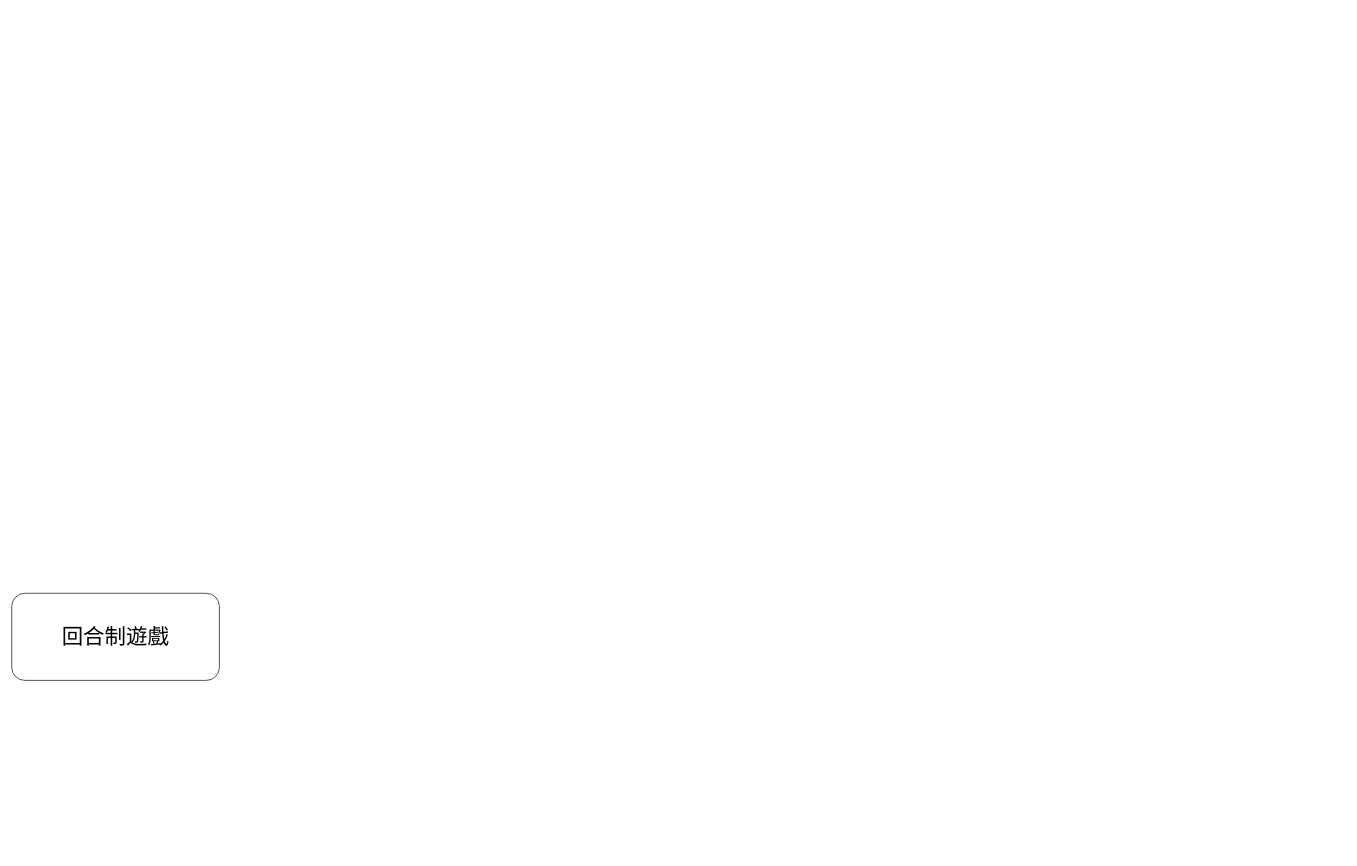
Above: turnBattle.drawio in wilsao-cyber/NYCU-Godot-RPG-Tutor (draw.io), before the change. Source tidied: cells renumbered, new cells numbered last; positions are measured from the earlier drawing's top-left corner, leaving out a move shared by most shapes. Both pictures are drawn from the tidied source at 67%, with x=0, y=0 at pixel (11, 593).
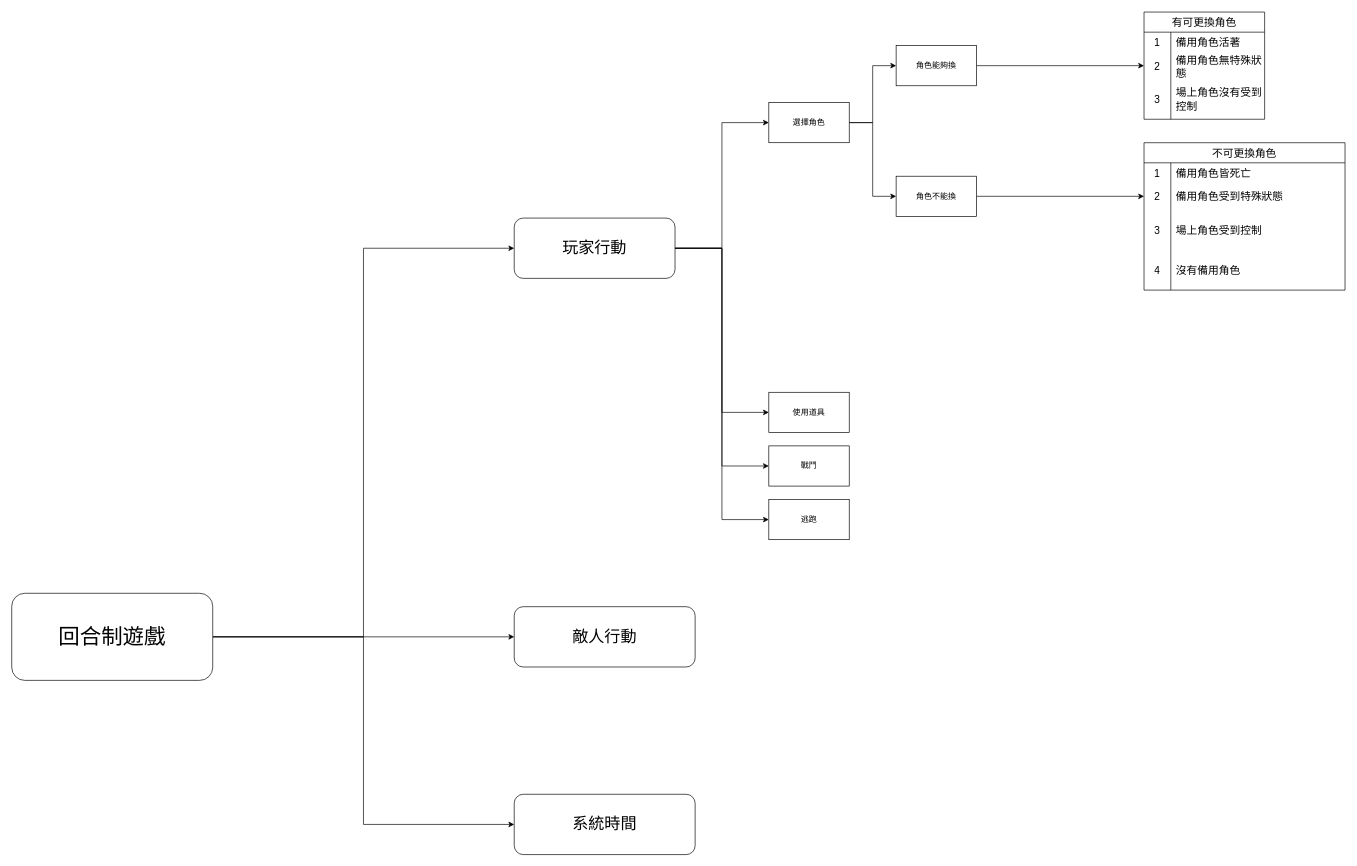
The same diagram, later.

Change to the diagram source:
```diff
@@
+    <mxCell id="3" style="edgeStyle=orthogonalEdgeStyle;rounded=0;jettySize=auto;html=1;" parent="1" edge="1" source="2" target="11">
+      <mxGeometry relative="1" as="geometry" />
+    </mxCell>
+    <mxCell id="4" style="edgeStyle=orthogonalEdgeStyle;rounded=0;jettySize=auto;html=1;entryX=0;entryY=0.5;entryDx=0;entryDy=0;" parent="1" edge="1" source="2" target="10">
+      <mxGeometry relative="1" as="geometry" />
+    </mxCell>
+    <mxCell id="5" style="edgeStyle=orthogonalEdgeStyle;rounded=0;jettySize=auto;html=1;entryX=0;entryY=0.5;entryDx=0;entryDy=0;" parent="1" edge="1" source="2" target="12">
+      <mxGeometry relative="1" as="geometry" />
+    </mxCell>
     <mxCell id="2" value="&lt;font style=&quot;font-size: 32px;&quot;&gt;回合制遊戲&lt;/font&gt;" style="rounded=1;whiteSpace=wrap;html=1;" parent="1" vertex="1">
-      <mxGeometry width="310" height="130" as="geometry" />
+      <mxGeometry width="300" height="130" as="geometry" />
     </mxCell>
+    <mxCell id="6" style="edgeStyle=orthogonalEdgeStyle;rounded=0;jettySize=auto;html=1;entryX=0;entryY=0.5;entryDx=0;entryDy=0;" parent="1" edge="1" source="10" target="15">
+      <mxGeometry relative="1" as="geometry" />
+    </mxCell>
+    <mxCell id="7" style="edgeStyle=orthogonalEdgeStyle;rounded=0;jettySize=auto;html=1;entryX=0;entryY=0.5;entryDx=0;entryDy=0;" parent="1" edge="1" source="10" target="16">
+      <mxGeometry relative="1" as="geometry" />
+    </mxCell>
+    <mxCell id="8" style="edgeStyle=orthogonalEdgeStyle;rounded=0;jettySize=auto;html=1;entryX=0;entryY=0.5;entryDx=0;entryDy=0;" parent="1" edge="1" source="10" target="17">
+      <mxGeometry relative="1" as="geometry" />
+    </mxCell>
+    <mxCell id="9" style="edgeStyle=orthogonalEdgeStyle;rounded=0;jettySize=auto;html=1;entryX=0;entryY=0.5;entryDx=0;entryDy=0;" parent="1" edge="1" source="10" target="18">
+      <mxGeometry relative="1" as="geometry" />
+    </mxCell>
+    <mxCell id="10" value="&lt;font style=&quot;font-size: 24px;&quot;&gt;玩家行動&lt;/font&gt;" style="rounded=1;whiteSpace=wrap;html=1;" parent="1" vertex="1">
+      <mxGeometry x="750" y="-560" width="240" height="90" as="geometry" />
+    </mxCell>
+    <mxCell id="11" value="&lt;font style=&quot;font-size: 24px;&quot;&gt;敵人行動&lt;/font&gt;" style="rounded=1;whiteSpace=wrap;html=1;" parent="1" vertex="1">
+      <mxGeometry x="750" y="20" width="270" height="90" as="geometry" />
+    </mxCell>
+    <mxCell id="12" value="&lt;font style=&quot;font-size: 24px;&quot;&gt;系統時間&lt;/font&gt;" style="rounded=1;whiteSpace=wrap;html=1;" parent="1" vertex="1">
+      <mxGeometry x="750" y="300" width="270" height="90" as="geometry" />
+    </mxCell>
+    <mxCell id="13" style="edgeStyle=orthogonalEdgeStyle;rounded=0;jettySize=auto;html=1;entryX=0;entryY=0.5;entryDx=0;entryDy=0;" parent="1" edge="1" source="15" target="20">
+      <mxGeometry relative="1" as="geometry" />
+    </mxCell>
+    <mxCell id="14" style="edgeStyle=orthogonalEdgeStyle;rounded=0;jettySize=auto;html=1;entryX=0;entryY=0.5;entryDx=0;entryDy=0;" parent="1" edge="1" source="15" target="22">
+      <mxGeometry relative="1" as="geometry" />
+    </mxCell>
+    <mxCell id="15" value="選擇角色" style="rounded=0;whiteSpace=wrap;html=1;" parent="1" vertex="1">
+      <mxGeometry x="1130" y="-732.5" width="120" height="60" as="geometry" />
+    </mxCell>
+    <mxCell id="16" value="使用道具" style="rounded=0;whiteSpace=wrap;html=1;" parent="1" vertex="1">
+      <mxGeometry x="1130" y="-300" width="120" height="60" as="geometry" />
+    </mxCell>
+    <mxCell id="17" value="戰鬥" style="rounded=0;whiteSpace=wrap;html=1;" parent="1" vertex="1">
+      <mxGeometry x="1130" y="-220" width="120" height="60" as="geometry" />
+    </mxCell>
+    <mxCell id="18" value="逃跑" style="rounded=0;whiteSpace=wrap;html=1;" parent="1" vertex="1">
+      <mxGeometry x="1130" y="-140" width="120" height="60" as="geometry" />
+    </mxCell>
+    <mxCell id="19" style="edgeStyle=orthogonalEdgeStyle;rounded=0;jettySize=auto;html=1;entryX=0;entryY=0.5;entryDx=0;entryDy=0;" parent="1" edge="1" source="20" target="27">
+      <mxGeometry relative="1" as="geometry" />
+    </mxCell>
+    <mxCell id="20" value="角色能夠換" style="rounded=0;whiteSpace=wrap;html=1;" parent="1" vertex="1">
+      <mxGeometry x="1320" y="-817.5" width="120" height="60" as="geometry" />
+    </mxCell>
+    <mxCell id="21" style="edgeStyle=orthogonalEdgeStyle;rounded=0;jettySize=auto;html=1;" parent="1" edge="1" source="22" target="37">
+      <mxGeometry relative="1" as="geometry" />
+    </mxCell>
+    <mxCell id="22" value="角色不能換" style="rounded=0;whiteSpace=wrap;html=1;" parent="1" vertex="1">
+      <mxGeometry x="1320" y="-622.5" width="120" height="60" as="geometry" />
+    </mxCell>
+    <mxCell id="23" value="有可更換角色" style="shape=table;startSize=30;childLayout=tableLayout;rowLines=0;fontStyle=0;strokeColor=default;fontSize=16;" parent="1" vertex="1">
+      <mxGeometry x="1690" y="-867.5" width="180" height="160" as="geometry" />
+    </mxCell>
+    <mxCell id="24" style="shape=tableRow;horizontal=0;startSize=0;swimlaneHead=0;swimlaneBody=0;top=0;left=0;bottom=0;right=0;fillColor=none;strokeColor=inherit;fontSize=16;" parent="23" vertex="1">
+      <mxGeometry y="30" width="180" height="30" as="geometry" />
+    </mxCell>
+    <mxCell id="25" value="1" style="shape=partialRectangle;html=1;whiteSpace=wrap;fillColor=none;top=0;left=0;bottom=0;right=0;overflow=hidden;strokeColor=inherit;fontSize=16;" parent="24" vertex="1">
+      <mxGeometry width="40" height="30" as="geometry" />
+    </mxCell>
+    <mxCell id="26" value="備用角色活著" style="shape=partialRectangle;html=1;whiteSpace=wrap;fillColor=none;top=0;left=0;bottom=0;right=0;align=left;spacingLeft=6;overflow=hidden;strokeColor=inherit;fontSize=16;" parent="24" vertex="1">
+      <mxGeometry x="40" width="140" height="30" as="geometry" />
+    </mxCell>
+    <mxCell id="27" style="shape=tableRow;horizontal=0;startSize=0;swimlaneHead=0;swimlaneBody=0;top=0;left=0;bottom=0;right=0;fillColor=none;points=[[0,0.5],[1,0.5]];portConstraint=eastwest;strokeColor=inherit;fontSize=16;" parent="23" vertex="1">
+      <mxGeometry y="60" width="180" height="40" as="geometry" />
+    </mxCell>
+    <mxCell id="28" value="2" style="shape=partialRectangle;html=1;whiteSpace=wrap;fillColor=none;top=0;left=0;bottom=0;right=0;overflow=hidden;strokeColor=inherit;fontSize=16;" parent="27" vertex="1">
+      <mxGeometry width="40" height="40" as="geometry" />
+    </mxCell>
+    <mxCell id="29" value="備用角色無特殊狀態" style="shape=partialRectangle;html=1;whiteSpace=wrap;fillColor=none;top=0;left=0;bottom=0;right=0;align=left;spacingLeft=6;overflow=hidden;strokeColor=inherit;fontSize=16;" parent="27" vertex="1">
+      <mxGeometry x="40" width="140" height="40" as="geometry" />
+    </mxCell>
+    <mxCell id="30" style="shape=tableRow;horizontal=0;startSize=0;swimlaneHead=0;swimlaneBody=0;top=0;left=0;bottom=0;right=0;fillColor=none;strokeColor=inherit;fontSize=16;" parent="23" vertex="1">
+      <mxGeometry y="100" width="180" height="60" as="geometry" />
+    </mxCell>
+    <mxCell id="31" value="3" style="shape=partialRectangle;html=1;whiteSpace=wrap;fillColor=none;top=0;left=0;bottom=0;right=0;overflow=hidden;strokeColor=inherit;fontSize=16;" parent="30" vertex="1">
+      <mxGeometry width="40" height="60" as="geometry" />
+    </mxCell>
+    <mxCell id="32" value="場上角色沒有受到控制" style="shape=partialRectangle;html=1;whiteSpace=wrap;fillColor=none;top=0;left=0;bottom=0;right=0;align=left;spacingLeft=6;overflow=hidden;strokeColor=inherit;fontSize=16;" parent="30" vertex="1">
+      <mxGeometry x="40" width="140" height="60" as="geometry" />
+    </mxCell>
+    <mxCell id="33" value="不可更換角色" style="shape=table;startSize=30;childLayout=tableLayout;rowLines=0;fontStyle=0;strokeColor=default;fontSize=16;" parent="1" vertex="1">
+      <mxGeometry x="1690" y="-672.5" width="300" height="220" as="geometry" />
+    </mxCell>
+    <mxCell id="34" style="shape=tableRow;horizontal=0;startSize=0;swimlaneHead=0;swimlaneBody=0;top=0;left=0;bottom=0;right=0;fillColor=none;strokeColor=inherit;fontSize=16;" parent="33" vertex="1">
+      <mxGeometry y="30" width="300" height="30" as="geometry" />
+    </mxCell>
+    <mxCell id="35" value="1" style="shape=partialRectangle;html=1;whiteSpace=wrap;fillColor=none;top=0;left=0;bottom=0;right=0;overflow=hidden;strokeColor=inherit;fontSize=16;" parent="34" vertex="1">
+      <mxGeometry width="40" height="30" as="geometry" />
+    </mxCell>
+    <mxCell id="36" value="備用角色皆死亡" style="shape=partialRectangle;html=1;whiteSpace=wrap;fillColor=none;top=0;left=0;bottom=0;right=0;align=left;spacingLeft=6;overflow=hidden;strokeColor=inherit;fontSize=16;" parent="34" vertex="1">
+      <mxGeometry x="40" width="260" height="30" as="geometry" />
+    </mxCell>
+    <mxCell id="37" style="shape=tableRow;horizontal=0;startSize=0;swimlaneHead=0;swimlaneBody=0;top=0;left=0;bottom=0;right=0;fillColor=none;points=[[0,0.5],[1,0.5]];portConstraint=eastwest;strokeColor=inherit;fontSize=16;" parent="33" vertex="1">
+      <mxGeometry y="60" width="300" height="40" as="geometry" />
+    </mxCell>
+    <mxCell id="38" value="2" style="shape=partialRectangle;html=1;whiteSpace=wrap;fillColor=none;top=0;left=0;bottom=0;right=0;overflow=hidden;strokeColor=inherit;fontSize=16;" parent="37" vertex="1">
+      <mxGeometry width="40" height="40" as="geometry" />
+    </mxCell>
+    <mxCell id="39" value="備用角色受到特殊狀態" style="shape=partialRectangle;html=1;whiteSpace=wrap;fillColor=none;top=0;left=0;bottom=0;right=0;align=left;spacingLeft=6;overflow=hidden;strokeColor=inherit;fontSize=16;" parent="37" vertex="1">
+      <mxGeometry x="40" width="260" height="40" as="geometry" />
+    </mxCell>
+    <mxCell id="40" style="shape=tableRow;horizontal=0;startSize=0;swimlaneHead=0;swimlaneBody=0;top=0;left=0;bottom=0;right=0;fillColor=none;strokeColor=inherit;fontSize=16;" parent="33" vertex="1">
+      <mxGeometry y="100" width="300" height="60" as="geometry" />
+    </mxCell>
+    <mxCell id="41" value="3" style="shape=partialRectangle;html=1;whiteSpace=wrap;fillColor=none;top=0;left=0;bottom=0;right=0;overflow=hidden;strokeColor=inherit;fontSize=16;" parent="40" vertex="1">
+      <mxGeometry width="40" height="60" as="geometry" />
+    </mxCell>
+    <mxCell id="42" value="場上角色受到控制" style="shape=partialRectangle;html=1;whiteSpace=wrap;fillColor=none;top=0;left=0;bottom=0;right=0;align=left;spacingLeft=6;overflow=hidden;strokeColor=inherit;fontSize=16;" parent="40" vertex="1">
+      <mxGeometry x="40" width="260" height="60" as="geometry" />
+    </mxCell>
+    <mxCell id="43" style="shape=tableRow;horizontal=0;startSize=0;swimlaneHead=0;swimlaneBody=0;top=0;left=0;bottom=0;right=0;fillColor=none;strokeColor=inherit;fontSize=16;" parent="33" vertex="1">
+      <mxGeometry y="160" width="300" height="60" as="geometry" />
+    </mxCell>
+    <mxCell id="44" value="4" style="shape=partialRectangle;html=1;whiteSpace=wrap;fillColor=none;top=0;left=0;bottom=0;right=0;overflow=hidden;strokeColor=inherit;fontSize=16;" parent="43" vertex="1">
+      <mxGeometry width="40" height="60" as="geometry" />
+    </mxCell>
+    <mxCell id="45" value="沒有備用角色" style="shape=partialRectangle;html=1;whiteSpace=wrap;fillColor=none;top=0;left=0;bottom=0;right=0;align=left;spacingLeft=6;overflow=hidden;strokeColor=inherit;fontSize=16;" parent="43" vertex="1">
+      <mxGeometry x="40" width="260" height="60" as="geometry" />
+    </mxCell>
```
